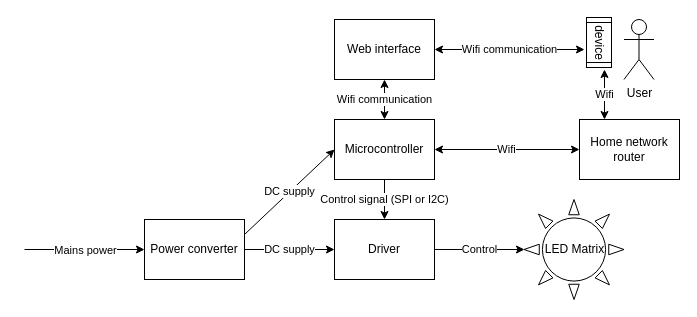
Above: Figurer/Fagprojekt blokdiagram.drawio in sunebruhn/fagprojekt (draw.io), before the change. Source tidied: cells renumbered, new cells numbered last; positions are measured from the earlier drawing's top-left corner, leaving out a move shared by most shapes. Both pictures are drawn from the tidied source at 100%, with x=0, y=0 at pixel (24, 19).
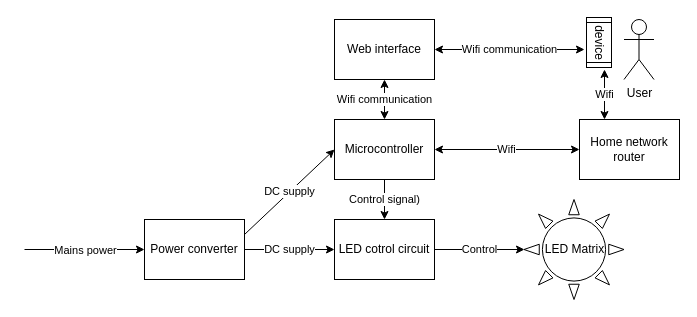
After the change.

Commit message (it also covers changes not shown here):
ændring i blokdiagram

The change refers to these unchanged cells:
```xml
<mxCell id="5" value="Microcontroller" style="rounded=0;whiteSpace=wrap;html=1;" parent="1" vertex="1">
  <mxGeometry x="310" y="100" width="100" height="60" as="geometry" />
</mxCell>
```

Diff of the diagram source:
```diff
@@
-    <mxCell id="6" value="Driver" style="rounded=0;whiteSpace=wrap;html=1;" parent="1" vertex="1">
+    <mxCell id="6" value="LED cotrol circuit" style="rounded=0;whiteSpace=wrap;html=1;" parent="1" vertex="1">
       <mxGeometry x="310" y="200" width="100" height="60" as="geometry" />
     </mxCell>
@@
-    <mxCell id="14" value="Control signal (SPI or I2C)" style="endArrow=classic;html=1;exitX=0.5;exitY=1;exitDx=0;exitDy=0;entryX=0.5;entryY=0;entryDx=0;entryDy=0;" parent="1" edge="1" source="5" target="6">
+    <mxCell id="14" value="Control signal)" style="endArrow=classic;html=1;exitX=0.5;exitY=1;exitDx=0;exitDy=0;entryX=0.5;entryY=0;entryDx=0;entryDy=0;" parent="1" edge="1" source="5" target="6">
       <mxGeometry relative="1" as="geometry" />
     </mxCell>
```
